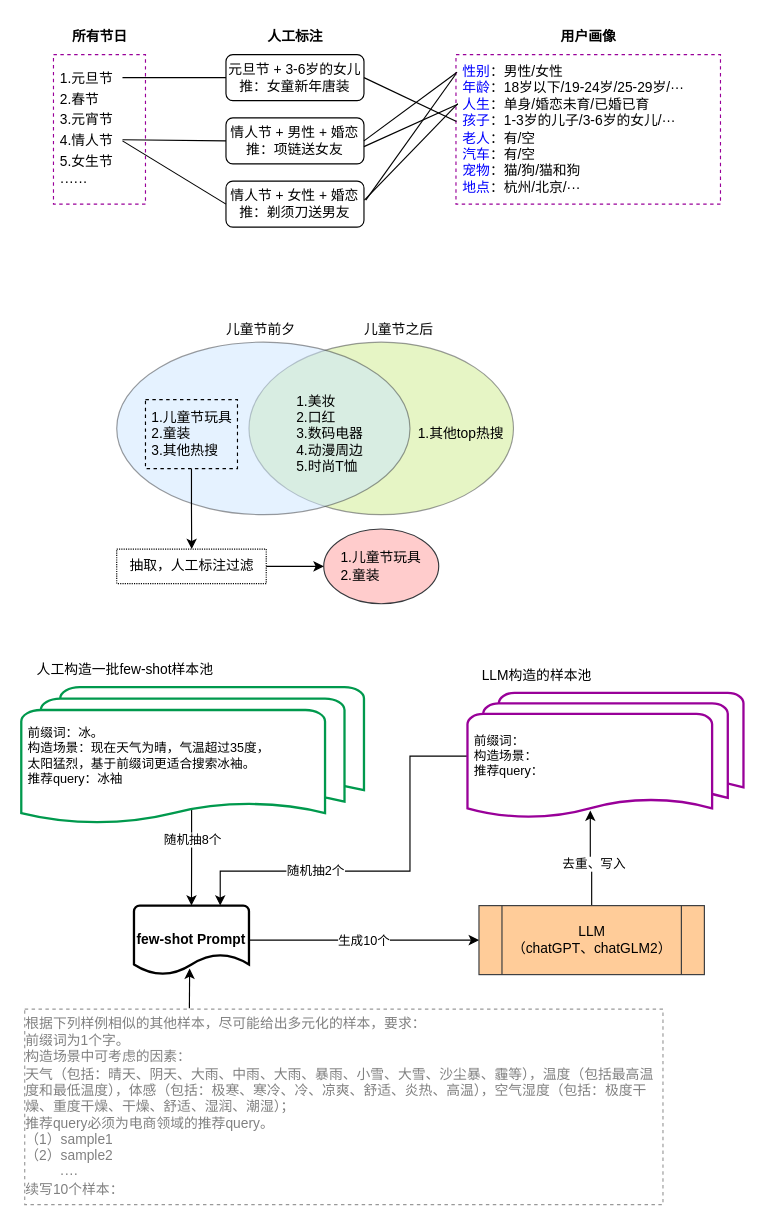
The draw.io diagram page "样本标注" (3 of 4) of Other_img/客观环境LLM建设图.drawio in cheungwoonming/picx-images-hosting, before the edit. Source tidied: cells renumbered, new cells numbered last; positions are measured from the earlier drawing's top-left corner, leaving out a move shared by most shapes. Both pictures are drawn from the tidied source at 115%, with x=0, y=0 at pixel (21, 20).
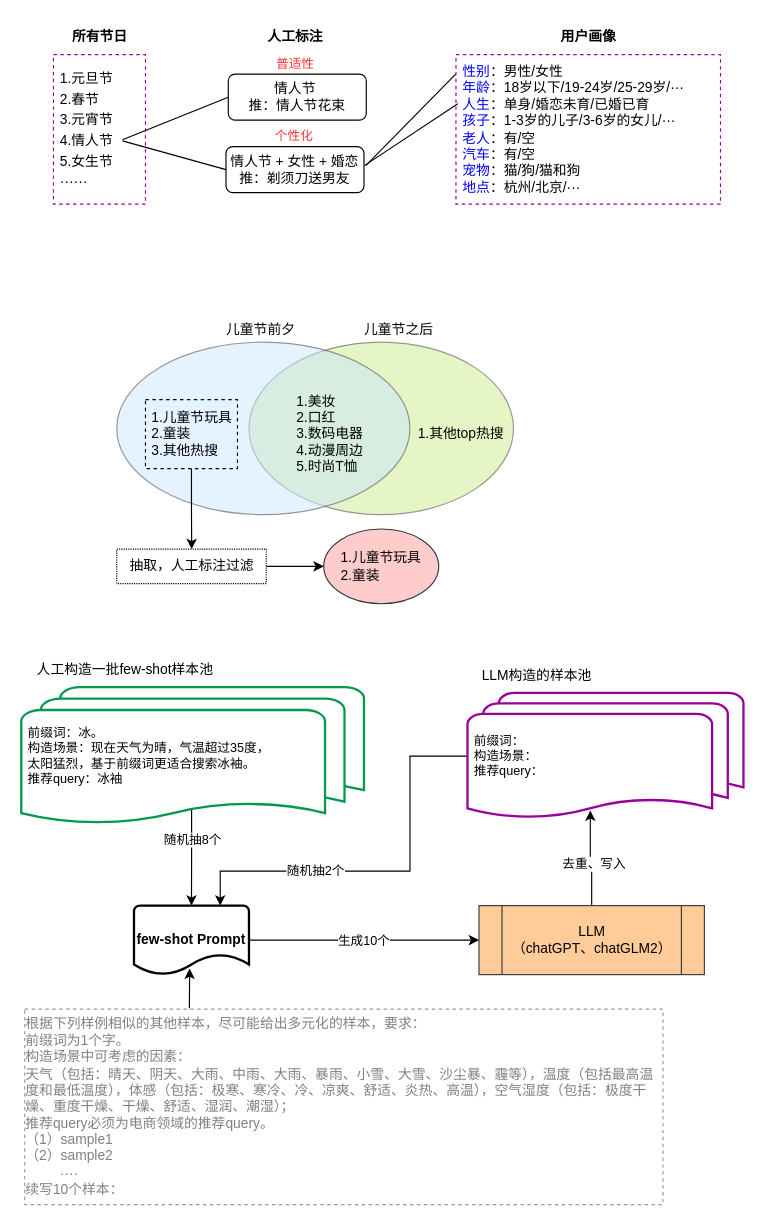
After the change.

Commit message:
更新客观环境LLM建设图.drawio

The change refers to these unchanged cells:
```xml
<mxCell id="5" value="&lt;font color=&quot;#0000ff&quot;&gt;性别&lt;/font&gt;：男性/女性&lt;br&gt;&lt;font color=&quot;#0000ff&quot;&gt;年龄&lt;/font&gt;：18岁以下/19-24岁/25-29岁/···&lt;br&gt;&lt;font color=&quot;#0000ff&quot;&gt;人生&lt;/font&gt;：单身/婚恋未育/已婚已育&lt;br&gt;&lt;font color=&quot;#0000ff&quot;&gt;孩子&lt;/font&gt;：1-3岁的儿子/3-6岁的女儿/···&lt;br&gt;&lt;font color=&quot;#0000ff&quot;&gt;老人&lt;/font&gt;：有/空&lt;br&gt;&lt;font color=&quot;#0000ff&quot;&gt;汽车&lt;/font&gt;：有/空&lt;br&gt;&lt;font color=&quot;#0000ff&quot;&gt;宠物&lt;/font&gt;：猫/狗/猫和狗&lt;br&gt;&lt;font color=&quot;#0000ff&quot;&gt;地点&lt;/font&gt;：杭州/北京/···" style="rounded=0;whiteSpace=wrap;html=1;fillColor=none;align=left;dashed=1;strokeColor=#990099;spacing=6;" parent="1" vertex="1">
  <mxGeometry x="378" y="30" width="230" height="130" as="geometry" />
</mxCell>
```

The edit, as a diff of the source:
```diff
@@
-    <mxCell id="6" style="endArrow=none;html=1;rounded=0;entryX=0;entryY=0.5;entryDx=0;entryDy=0;" parent="1" edge="1" target="7">
-      <mxGeometry relative="1" as="geometry">
-        <mxPoint x="88" y="50" as="sourcePoint" />
-      </mxGeometry>
-    </mxCell>
-    <mxCell id="7" value="元旦节 + 3-6岁的女儿&lt;br&gt;推：女童新年唐装" style="rounded=1;whiteSpace=wrap;html=1;" parent="1" vertex="1">
-      <mxGeometry x="178" y="30" width="120" height="40" as="geometry" />
-    </mxCell>
-    <mxCell id="8" style="endArrow=none;html=1;rounded=0;entryX=0.002;entryY=0.447;entryDx=0;entryDy=0;entryPerimeter=0;exitX=1;exitY=0.5;exitDx=0;exitDy=0;" parent="1" edge="1" source="7" target="5">
-      <mxGeometry relative="1" as="geometry" />
-    </mxCell>
@@
-    <mxCell id="10" value="情人节 + 男性 + 婚恋&lt;br&gt;推：项链送女友" style="rounded=1;whiteSpace=wrap;html=1;" parent="1" vertex="1">
-      <mxGeometry x="178" y="85" width="120" height="40" as="geometry" />
+    <mxCell id="10" value="情人节&amp;nbsp;&lt;br&gt;推：情人节花束" style="rounded=1;whiteSpace=wrap;html=1;" parent="1" vertex="1">
+      <mxGeometry x="180" y="47" width="120" height="40" as="geometry" />
     </mxCell>
@@
-    <mxCell id="12" style="endArrow=none;html=1;rounded=0;entryX=0.004;entryY=0.118;entryDx=0;entryDy=0;entryPerimeter=0;exitX=1;exitY=0.5;exitDx=0;exitDy=0;" parent="1" edge="1" source="10" target="5">
-      <mxGeometry relative="1" as="geometry" />
-    </mxCell>
-    <mxCell id="13" style="endArrow=none;html=1;rounded=0;entryX=0.007;entryY=0.332;entryDx=0;entryDy=0;entryPerimeter=0;" parent="1" edge="1" target="5">
-      <mxGeometry relative="1" as="geometry">
-        <mxPoint x="298" y="110" as="sourcePoint" />
-      </mxGeometry>
-    </mxCell>
     <mxCell id="14" value="情人节 + 女性 + 婚恋&lt;br&gt;推：剃须刀送男友" style="rounded=1;whiteSpace=wrap;html=1;" parent="1" vertex="1">
-      <mxGeometry x="178" y="140" width="120" height="40" as="geometry" />
+      <mxGeometry x="178" y="110" width="120" height="40" as="geometry" />
     </mxCell>
@@
+    <mxCell id="46" value="&lt;font color=&quot;#ff3333&quot; style=&quot;font-size: 11px;&quot;&gt;普适性&lt;/font&gt;" style="text;html=1;align=center;verticalAlign=middle;strokeColor=none;fillColor=none;" parent="1" vertex="1">
+      <mxGeometry x="208" y="23" width="60" height="30" as="geometry" />
+    </mxCell>
+    <mxCell id="47" value="&lt;font color=&quot;#ff3333&quot; style=&quot;font-size: 11px;&quot;&gt;个性化&lt;/font&gt;" style="text;html=1;align=center;verticalAlign=middle;strokeColor=none;fillColor=none;" parent="1" vertex="1">
+      <mxGeometry x="207" y="86" width="60" height="30" as="geometry" />
+    </mxCell>
```
